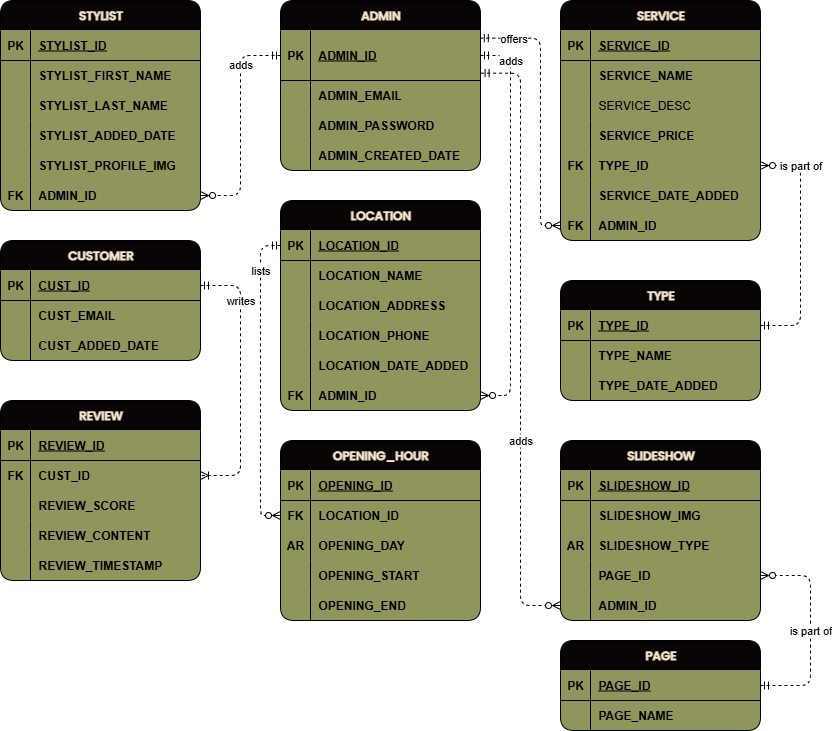
Earlier version of the draw.io export documents/THC ERD.png (teruteruOuO/The-Hair-Collective). Source tidied: cells renumbered, new cells last; positions are measured from the earlier drawing's top-left corner, leaving out a move shared by most shapes.
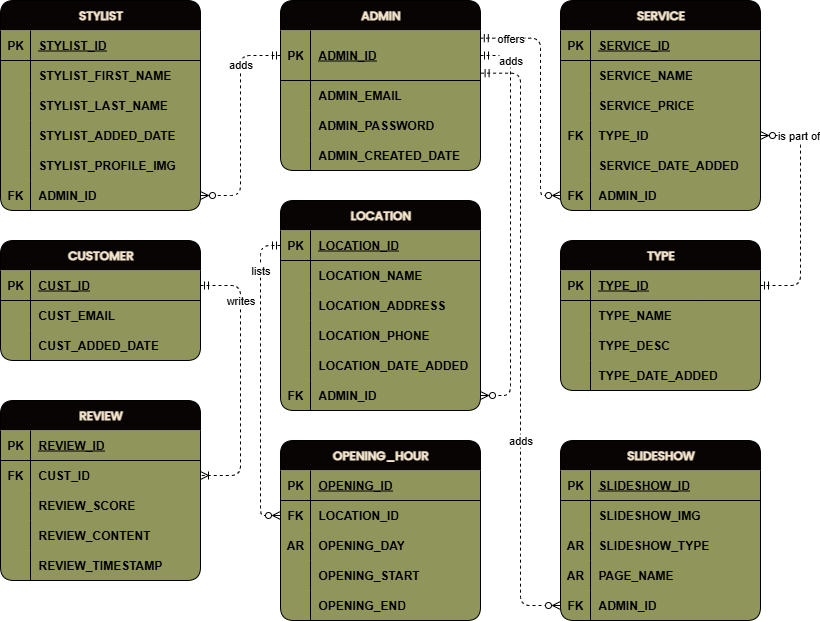
The same diagram one commit later.

Diff of the diagram source:
```diff
@@ -42,7 +42,7 @@
       <mxGeometry x="30" width="170" height="30" as="geometry" />
     </mxCell>
     <mxCell id="15" value="SERVICE" style="shape=table;startSize=30;rowLines=0;fontStyle=1;align=center;html=1;fillColor=#080404;fontColor=#F4E5CC;labelBackgroundColor=none;labelBorderColor=none;swimlaneFillColor=#90955C;rounded=1;shadow=0;fillStyle=auto;swimlaneLine=0;fontFamily=Poppins;fontSource=https%3A%2F%2Ffonts.googleapis.com%2Fcss%3Ffamily%3DPoppins;gradientColor=none;" parent="1" vertex="1">
-      <mxGeometry x="560" width="200" height="240" as="geometry" />
+      <mxGeometry x="560" width="200" height="210" as="geometry" />
     </mxCell>
     <mxCell id="16" style="shape=tableRow;horizontal=0;startSize=0;swimlaneHead=0;swimlaneBody=0;fillColor=none;top=0;left=0;right=0;bottom=1;swimlaneFillColor=#90955C;" parent="15" vertex="1">
       <mxGeometry y="30" width="200" height="30" as="geometry" />
@@ -62,17 +62,8 @@
     <mxCell id="21" value="SERVICE_NAME" style="shape=partialRectangle;fillColor=none;top=0;left=0;bottom=0;right=0;align=left;spacingLeft=6;overflow=hidden;whiteSpace=wrap;html=1;swimlaneFillColor=#90955C;fontStyle=1;" parent="19" vertex="1">
       <mxGeometry x="30" width="170" height="30" as="geometry" />
     </mxCell>
-    <mxCell id="22" style="shape=tableRow;horizontal=0;startSize=0;swimlaneHead=0;swimlaneBody=0;fillColor=none;top=0;left=0;right=0;bottom=0;swimlaneFillColor=#90955C;" parent="15" vertex="1">
-      <mxGeometry y="90" width="200" height="30" as="geometry" />
-    </mxCell>
-    <mxCell id="23" style="shape=partialRectangle;fillColor=none;top=0;left=0;bottom=0;right=0;overflow=hidden;whiteSpace=wrap;html=1;swimlaneFillColor=#90955C;" parent="22" vertex="1">
-      <mxGeometry width="30" height="30" as="geometry" />
-    </mxCell>
-    <mxCell id="24" value="&lt;span style=&quot;font-weight: normal;&quot;&gt;SERVICE_DESC&lt;/span&gt;" style="shape=partialRectangle;fillColor=none;top=0;left=0;bottom=0;right=0;align=left;spacingLeft=6;overflow=hidden;whiteSpace=wrap;html=1;swimlaneFillColor=#90955C;fontStyle=1;" parent="22" vertex="1">
-      <mxGeometry x="30" width="170" height="30" as="geometry" />
-    </mxCell>
     <mxCell id="25" style="shape=tableRow;horizontal=0;startSize=0;swimlaneHead=0;swimlaneBody=0;fillColor=none;top=0;left=0;right=0;bottom=0;swimlaneFillColor=#90955C;" parent="15" vertex="1">
-      <mxGeometry y="120" width="200" height="30" as="geometry" />
+      <mxGeometry y="90" width="200" height="30" as="geometry" />
     </mxCell>
     <mxCell id="26" style="shape=partialRectangle;fillColor=none;top=0;left=0;bottom=0;right=0;overflow=hidden;whiteSpace=wrap;html=1;swimlaneFillColor=#90955C;" parent="25" vertex="1">
       <mxGeometry width="30" height="30" as="geometry" />
@@ -81,7 +72,7 @@
       <mxGeometry x="30" width="170" height="30" as="geometry" />
     </mxCell>
     <mxCell id="28" style="shape=tableRow;horizontal=0;startSize=0;swimlaneHead=0;swimlaneBody=0;fillColor=none;points=[[0,0.5],[1,0.5]];portConstraint=eastwest;top=0;left=0;right=0;bottom=0;swimlaneFillColor=#90955C;" parent="15" vertex="1">
-      <mxGeometry y="150" width="200" height="30" as="geometry" />
+      <mxGeometry y="120" width="200" height="30" as="geometry" />
     </mxCell>
     <mxCell id="29" value="&lt;b&gt;FK&lt;/b&gt;" style="shape=partialRectangle;fillColor=none;top=0;left=0;bottom=0;right=0;overflow=hidden;whiteSpace=wrap;html=1;swimlaneFillColor=#90955C;" parent="28" vertex="1">
       <mxGeometry width="30" height="30" as="geometry" />
@@ -90,7 +81,7 @@
       <mxGeometry x="30" width="170" height="30" as="geometry" />
     </mxCell>
     <mxCell id="31" style="shape=tableRow;horizontal=0;startSize=0;swimlaneHead=0;swimlaneBody=0;fillColor=none;top=0;left=0;right=0;bottom=0;swimlaneFillColor=#90955C;" parent="15" vertex="1">
-      <mxGeometry y="180" width="200" height="30" as="geometry" />
+      <mxGeometry y="150" width="200" height="30" as="geometry" />
     </mxCell>
     <mxCell id="32" style="shape=partialRectangle;fillColor=none;top=0;left=0;bottom=0;right=0;overflow=hidden;whiteSpace=wrap;html=1;swimlaneFillColor=#90955C;" parent="31" vertex="1">
       <mxGeometry width="30" height="30" as="geometry" />
@@ -99,7 +90,7 @@
       <mxGeometry x="30" width="170" height="30" as="geometry" />
     </mxCell>
     <mxCell id="34" style="shape=tableRow;horizontal=0;startSize=0;swimlaneHead=0;swimlaneBody=0;fillColor=none;points=[[0,0.5],[1,0.5]];portConstraint=eastwest;top=0;left=0;right=0;bottom=0;swimlaneFillColor=#90955C;" parent="15" vertex="1">
-      <mxGeometry y="210" width="200" height="30" as="geometry" />
+      <mxGeometry y="180" width="200" height="30" as="geometry" />
     </mxCell>
     <mxCell id="35" value="&lt;b&gt;FK&lt;/b&gt;" style="shape=partialRectangle;fillColor=none;top=0;left=0;bottom=0;right=0;overflow=hidden;whiteSpace=wrap;html=1;swimlaneFillColor=#90955C;" parent="34" vertex="1">
       <mxGeometry width="30" height="30" as="geometry" />
@@ -370,7 +361,7 @@
       <mxGeometry x="-0.75" relative="1" as="geometry">
         <Array as="points">
           <mxPoint x="540" y="38" />
-          <mxPoint x="540" y="225" />
+          <mxPoint x="540" y="195" />
         </Array>
       </mxGeometry>
     </mxCell>
@@ -383,7 +374,7 @@
       </mxGeometry>
     </mxCell>
     <mxCell id="122" value="TYPE" style="shape=table;startSize=30;rowLines=0;fontStyle=1;align=center;html=1;fillColor=#080404;fontColor=#F4E5CC;labelBackgroundColor=none;labelBorderColor=none;swimlaneFillColor=#90955C;rounded=1;shadow=0;fillStyle=auto;swimlaneLine=0;fontFamily=Poppins;fontSource=https%3A%2F%2Ffonts.googleapis.com%2Fcss%3Ffamily%3DPoppins;gradientColor=none;" parent="1" vertex="1">
-      <mxGeometry x="560" y="280" width="200" height="120" as="geometry" />
+      <mxGeometry x="560" y="240" width="200" height="150" as="geometry" />
     </mxCell>
     <mxCell id="123" style="shape=tableRow;horizontal=0;startSize=0;swimlaneHead=0;swimlaneBody=0;fillColor=none;points=[[0,0.5],[1,0.5]];portConstraint=eastwest;top=0;left=0;right=0;bottom=1;swimlaneFillColor=#90955C;" parent="122" vertex="1">
       <mxGeometry y="30" width="200" height="30" as="geometry" />
@@ -403,8 +394,17 @@
     <mxCell id="128" value="TYPE_NAME" style="shape=partialRectangle;fillColor=none;top=0;left=0;bottom=0;right=0;align=left;spacingLeft=6;overflow=hidden;whiteSpace=wrap;html=1;swimlaneFillColor=#90955C;fontStyle=1;" parent="126" vertex="1">
       <mxGeometry x="30" width="170" height="30" as="geometry" />
     </mxCell>
+    <mxCell id="22" style="shape=tableRow;horizontal=0;startSize=0;swimlaneHead=0;swimlaneBody=0;fillColor=none;top=0;left=0;right=0;bottom=0;swimlaneFillColor=#90955C;" parent="122" vertex="1">
+      <mxGeometry y="90" width="200" height="30" as="geometry" />
+    </mxCell>
+    <mxCell id="158" style="shape=partialRectangle;fillColor=none;top=0;left=0;bottom=0;right=0;overflow=hidden;whiteSpace=wrap;html=1;swimlaneFillColor=#90955C;" parent="22" vertex="1">
+      <mxGeometry width="30" height="30" as="geometry" />
+    </mxCell>
+    <mxCell id="159" value="TYPE_DESC" style="shape=partialRectangle;fillColor=none;top=0;left=0;bottom=0;right=0;align=left;spacingLeft=6;overflow=hidden;whiteSpace=wrap;html=1;swimlaneFillColor=#90955C;fontStyle=1;" parent="22" vertex="1">
+      <mxGeometry x="30" width="170" height="30" as="geometry" />
+    </mxCell>
     <mxCell id="129" style="shape=tableRow;horizontal=0;startSize=0;swimlaneHead=0;swimlaneBody=0;fillColor=none;top=0;left=0;right=0;bottom=0;swimlaneFillColor=#90955C;" parent="122" vertex="1">
-      <mxGeometry y="90" width="200" height="30" as="geometry" />
+      <mxGeometry y="120" width="200" height="30" as="geometry" />
     </mxCell>
     <mxCell id="130" style="shape=partialRectangle;fillColor=none;top=0;left=0;bottom=0;right=0;overflow=hidden;whiteSpace=wrap;html=1;swimlaneFillColor=#90955C;" parent="129" vertex="1">
       <mxGeometry width="30" height="30" as="geometry" />
@@ -415,8 +415,8 @@
     <mxCell id="132" value="is part of" style="edgeStyle=orthogonalEdgeStyle;rounded=1;jettySize=auto;html=1;entryX=1;entryY=0.5;entryDx=0;entryDy=0;exitX=1;exitY=0.5;exitDx=0;exitDy=0;endArrow=ERzeroToMany;endFill=0;curved=0;dashed=1;startArrow=ERmandOne;startFill=0;" parent="1" edge="1" source="123" target="28">
       <mxGeometry x="0.67" relative="1" as="geometry">
         <Array as="points">
-          <mxPoint x="800" y="325" />
-          <mxPoint x="800" y="165" />
+          <mxPoint x="800" y="285" />
+          <mxPoint x="800" y="135" />
         </Array>
       </mxGeometry>
     </mxCell>
@@ -453,50 +453,21 @@
     <mxCell id="143" style="shape=tableRow;horizontal=0;startSize=0;swimlaneHead=0;swimlaneBody=0;fillColor=none;points=[[0,0.5],[1,0.5]];portConstraint=eastwest;top=0;left=0;right=0;bottom=0;swimlaneFillColor=#90955C;" parent="133" vertex="1">
       <mxGeometry y="120" width="200" height="30" as="geometry" />
     </mxCell>
-    <mxCell id="144" style="shape=partialRectangle;fillColor=none;top=0;left=0;bottom=0;right=0;overflow=hidden;whiteSpace=wrap;html=1;swimlaneFillColor=#90955C;" parent="143" vertex="1">
+    <mxCell id="144" value="&lt;b&gt;AR&lt;/b&gt;" style="shape=partialRectangle;fillColor=none;top=0;left=0;bottom=0;right=0;overflow=hidden;whiteSpace=wrap;html=1;swimlaneFillColor=#90955C;" parent="143" vertex="1">
       <mxGeometry width="30" height="30" as="geometry" />
     </mxCell>
-    <mxCell id="145" value="PAGE_ID" style="shape=partialRectangle;fillColor=none;top=0;left=0;bottom=0;right=0;align=left;spacingLeft=6;overflow=hidden;whiteSpace=wrap;html=1;swimlaneFillColor=#90955C;fontStyle=1;" parent="143" vertex="1">
+    <mxCell id="145" value="PAGE_NAME" style="shape=partialRectangle;fillColor=none;top=0;left=0;bottom=0;right=0;align=left;spacingLeft=6;overflow=hidden;whiteSpace=wrap;html=1;swimlaneFillColor=#90955C;fontStyle=1;" parent="143" vertex="1">
       <mxGeometry x="30" width="170" height="30" as="geometry" />
     </mxCell>
     <mxCell id="146" style="shape=tableRow;horizontal=0;startSize=0;swimlaneHead=0;swimlaneBody=0;fillColor=none;points=[[0,0.5],[1,0.5]];portConstraint=eastwest;top=0;left=0;right=0;bottom=0;swimlaneFillColor=#90955C;" parent="133" vertex="1">
       <mxGeometry y="150" width="200" height="30" as="geometry" />
     </mxCell>
-    <mxCell id="147" style="shape=partialRectangle;fillColor=none;top=0;left=0;bottom=0;right=0;overflow=hidden;whiteSpace=wrap;html=1;swimlaneFillColor=#90955C;" parent="146" vertex="1">
+    <mxCell id="147" value="&lt;b&gt;FK&lt;/b&gt;" style="shape=partialRectangle;fillColor=none;top=0;left=0;bottom=0;right=0;overflow=hidden;whiteSpace=wrap;html=1;swimlaneFillColor=#90955C;" parent="146" vertex="1">
       <mxGeometry width="30" height="30" as="geometry" />
     </mxCell>
     <mxCell id="148" value="ADMIN_ID" style="shape=partialRectangle;fillColor=none;top=0;left=0;bottom=0;right=0;align=left;spacingLeft=6;overflow=hidden;whiteSpace=wrap;html=1;swimlaneFillColor=#90955C;fontStyle=1;" parent="146" vertex="1">
       <mxGeometry x="30" width="170" height="30" as="geometry" />
     </mxCell>
-    <mxCell id="149" value="PAGE" style="shape=table;startSize=30;rowLines=0;fontStyle=1;align=center;html=1;fillColor=#080404;fontColor=#F4E5CC;labelBackgroundColor=none;labelBorderColor=none;swimlaneFillColor=#90955C;rounded=1;shadow=0;fillStyle=auto;swimlaneLine=0;fontFamily=Poppins;fontSource=https%3A%2F%2Ffonts.googleapis.com%2Fcss%3Ffamily%3DPoppins;gradientColor=none;" parent="1" vertex="1">
-      <mxGeometry x="560" y="640" width="200" height="90" as="geometry" />
-    </mxCell>
-    <mxCell id="150" style="shape=tableRow;horizontal=0;startSize=0;swimlaneHead=0;swimlaneBody=0;fillColor=none;points=[[0,0.5],[1,0.5]];portConstraint=eastwest;top=0;left=0;right=0;bottom=1;swimlaneFillColor=#90955C;" parent="149" vertex="1">
-      <mxGeometry y="30" width="200" height="30" as="geometry" />
-    </mxCell>
-    <mxCell id="151" value="PK" style="shape=partialRectangle;fillColor=none;top=0;left=0;bottom=0;right=0;fontStyle=1;overflow=hidden;whiteSpace=wrap;html=1;swimlaneFillColor=#90955C;" parent="150" vertex="1">
-      <mxGeometry width="30" height="30" as="geometry" />
-    </mxCell>
-    <mxCell id="152" value="PAGE_ID" style="shape=partialRectangle;fillColor=none;top=0;left=0;bottom=0;right=0;align=left;spacingLeft=6;fontStyle=5;overflow=hidden;whiteSpace=wrap;html=1;swimlaneFillColor=#90955C;" parent="150" vertex="1">
-      <mxGeometry x="30" width="170" height="30" as="geometry" />
-    </mxCell>
-    <mxCell id="153" style="shape=tableRow;horizontal=0;startSize=0;swimlaneHead=0;swimlaneBody=0;fillColor=none;top=0;left=0;right=0;bottom=0;swimlaneFillColor=#90955C;" parent="149" vertex="1">
-      <mxGeometry y="60" width="200" height="30" as="geometry" />
-    </mxCell>
-    <mxCell id="154" style="shape=partialRectangle;fillColor=none;top=0;left=0;bottom=0;right=0;overflow=hidden;whiteSpace=wrap;html=1;swimlaneFillColor=#90955C;" parent="153" vertex="1">
-      <mxGeometry width="30" height="30" as="geometry" />
-    </mxCell>
-    <mxCell id="155" value="PAGE_NAME" style="shape=partialRectangle;fillColor=none;top=0;left=0;bottom=0;right=0;align=left;spacingLeft=6;overflow=hidden;whiteSpace=wrap;html=1;swimlaneFillColor=#90955C;fontStyle=1;" parent="153" vertex="1">
-      <mxGeometry x="30" width="170" height="30" as="geometry" />
-    </mxCell>
-    <mxCell id="156" value="is part of" style="edgeStyle=orthogonalEdgeStyle;rounded=1;jettySize=auto;html=1;entryX=1;entryY=0.5;entryDx=0;entryDy=0;exitX=1;exitY=0.5;exitDx=0;exitDy=0;endArrow=ERzeroToMany;endFill=0;startArrow=ERmandOne;startFill=0;dashed=1;curved=0;" parent="1" edge="1" source="150" target="143">
-      <mxGeometry relative="1" as="geometry">
-        <Array as="points">
-          <mxPoint x="810" y="685" />
-          <mxPoint x="810" y="575" />
-        </Array>
-      </mxGeometry>
-    </mxCell>
     <mxCell id="157" value="adds" style="edgeStyle=orthogonalEdgeStyle;rounded=1;jettySize=auto;html=1;entryX=0;entryY=0.5;entryDx=0;entryDy=0;exitX=1.003;exitY=0.853;exitDx=0;exitDy=0;exitPerimeter=0;strokeColor=default;curved=0;dashed=1;endArrow=ERzeroToMany;endFill=0;startArrow=ERmandOne;startFill=0;" parent="1" edge="1" source="3" target="146">
       <mxGeometry x="0.33" relative="1" as="geometry" />
     </mxCell>
```
